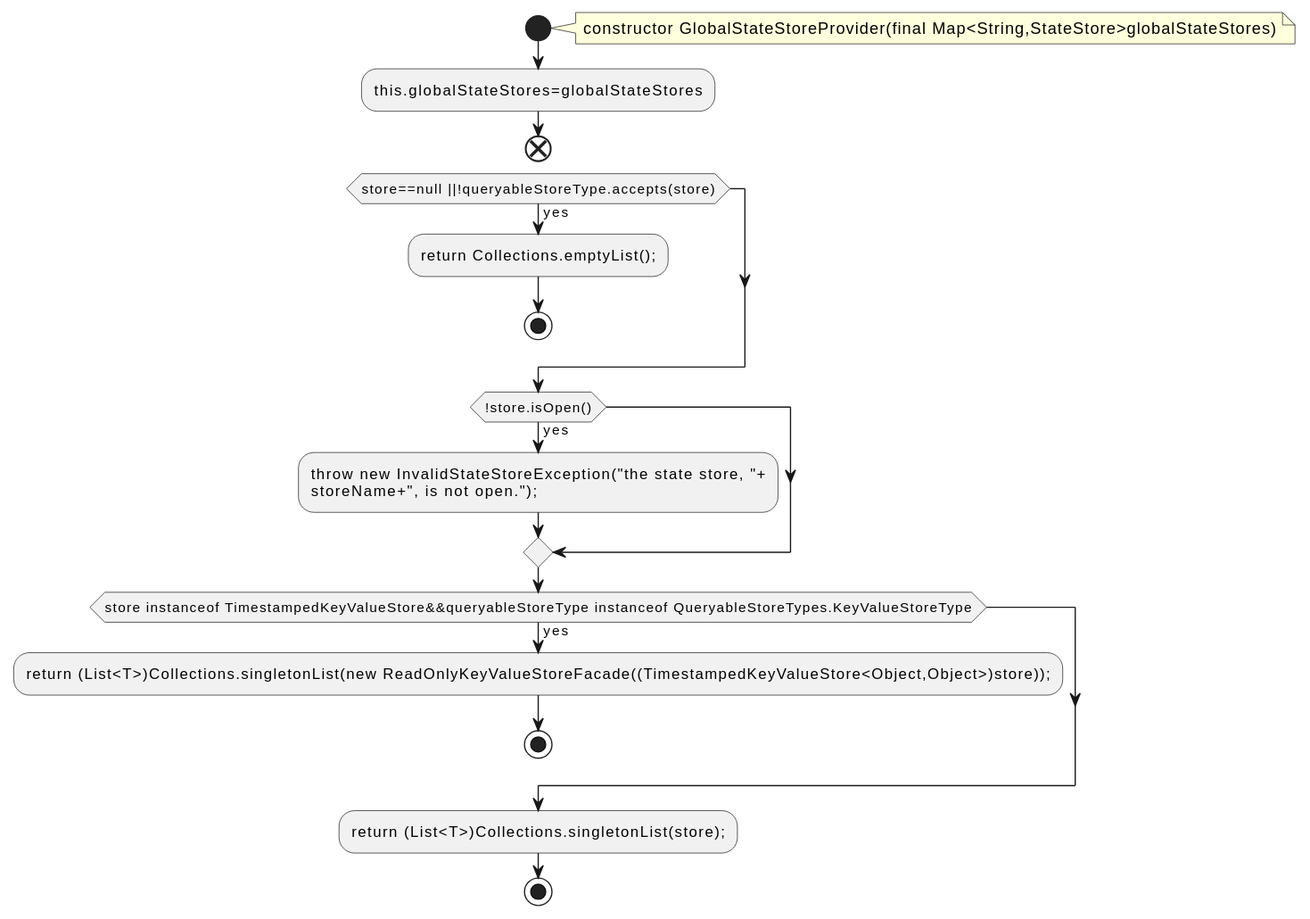
Above: docs/qc/streams/src/main/java/org/apache/kafka/streams/state/internals/GlobalStateStoreProvider.java.fct.svg in qualitesys/kafka (PlantUML), before the change.
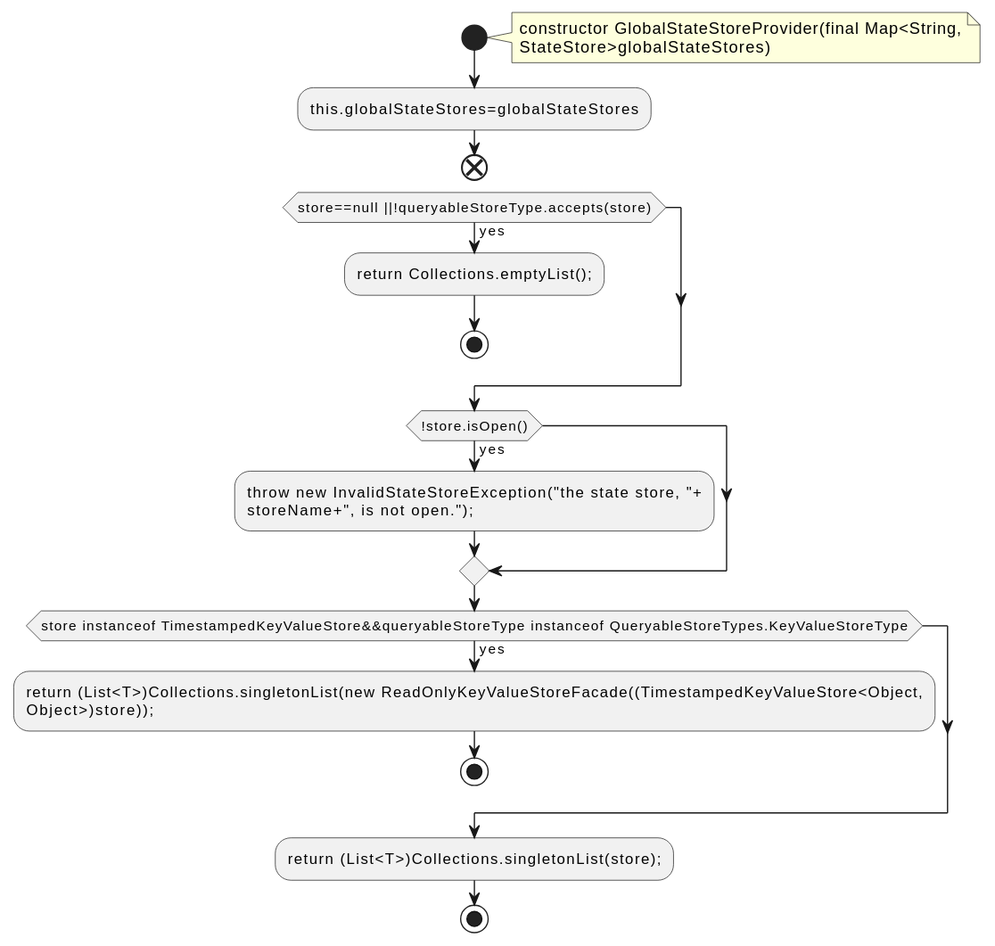
After the commit.

The edit, as a diff of the source:
```diff
@@ -2,7 +2,8 @@
 !pragma layout smetana
 start
 note right
-constructor GlobalStateStoreProvider(final Map<String,StateStore>globalStateStores)
+constructor GlobalStateStoreProvider(final Map<String,
+StateStore>globalStateStores)
 end note
 :this.globalStateStores=globalStateStores;
 end
@@ -15,7 +16,8 @@
 storeName+", is not open.");;
 endif
 if (store instanceof TimestampedKeyValueStore&&queryableStoreType instanceof QueryableStoreTypes.KeyValueStoreType) then (yes)
-:return (List<T>)Collections.singletonList(new ReadOnlyKeyValueStoreFacade((TimestampedKeyValueStore<Object,Object>)store));;
+:return (List<T>)Collections.singletonList(new ReadOnlyKeyValueStoreFacade((TimestampedKeyValueStore<Object,
+Object>)store));;
 stop
 endif
 :return (List<T>)Collections.singletonList(store);;
```
